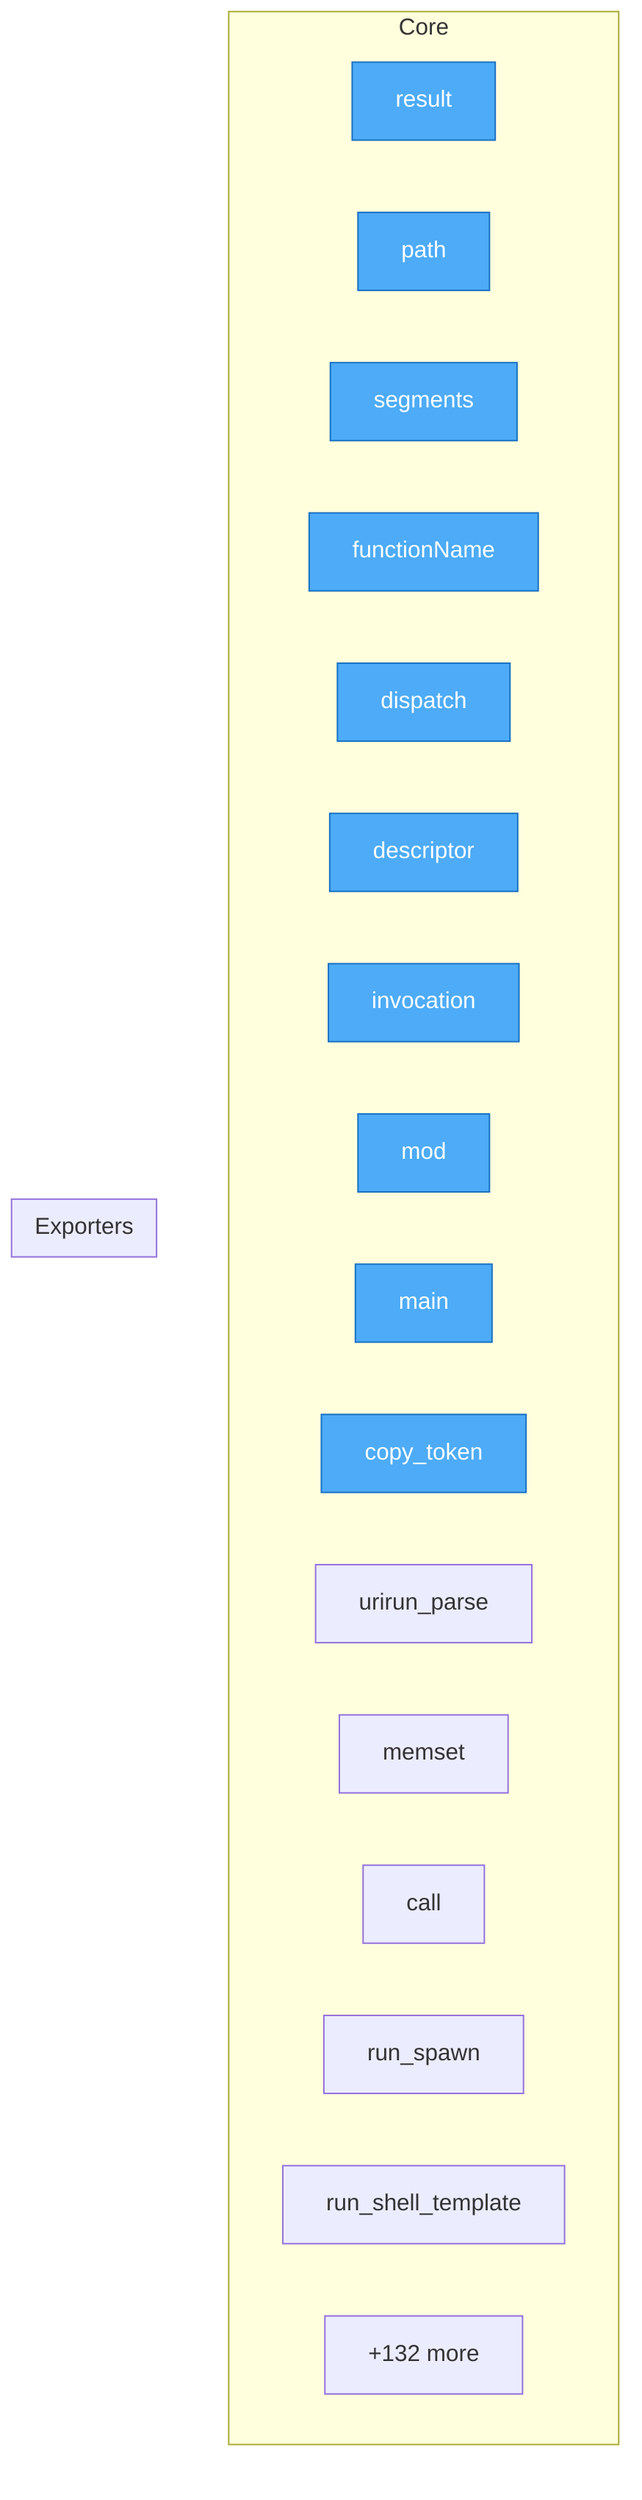
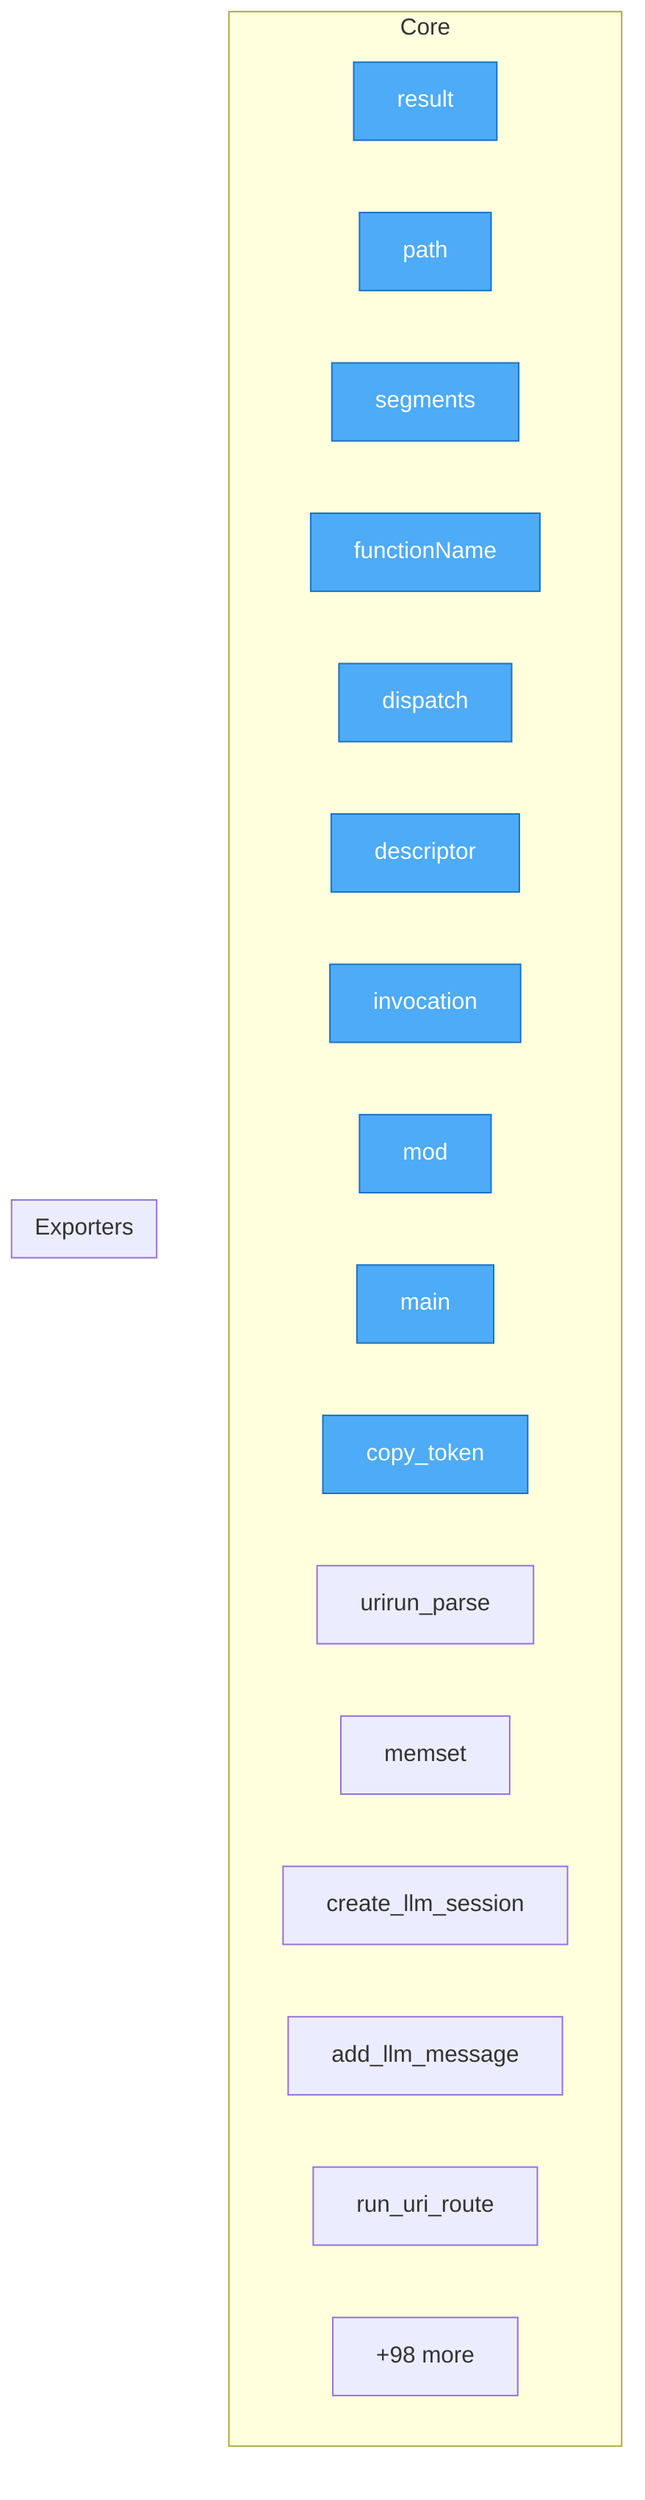
flowchart TD
%% generated in 0.01s

    %% Entry points (blue)
    classDef entry fill:#4dabf7,stroke:#1971c2,color:#fff

    subgraph Core
        adapters__js__index__test__result["result"]
        adapters__js__path["path"]
        adapters__js__segments["segments"]
        adapters__js__functionName["functionName"]
        adapters__js__dispatch["dispatch"]
        adapters__js__descriptor["descriptor"]
        adapters__js__invocation["invocation"]
        adapters__js__mod["mod"]
        adapters__c__urirun_test__main["main"]
        adapters__c__urirun__copy_token["copy_token"]
        adapters__c__urirun__urirun_parse["urirun_parse"]
        adapters__c__urirun__memset["memset"]
-         adapters__python__urirun__v2_service__call["call"]
-         adapters__python__urirun__v1__run_spawn["run_spawn"]
-         adapters__python__urirun__v1__run_shell_template["run_shell_template"]
-         ...["+132 more"]
+         adapters__python__urirun__host_db__create_llm_session["create_llm_session"]
+         adapters__python__urirun__host_db__add_llm_message["add_llm_message"]
+         adapters__python__urirun__host_db__run_uri_route["run_uri_route"]
+         ...["+98 more"]
    end

    subgraph Exporters
    end

    class adapters__js__index__test__result,adapters__js__path,adapters__js__segments,adapters__js__functionName,adapters__js__dispatch,adapters__js__descriptor,adapters__js__invocation,adapters__js__mod,adapters__c__urirun_test__main,adapters__c__urirun__copy_token entry
